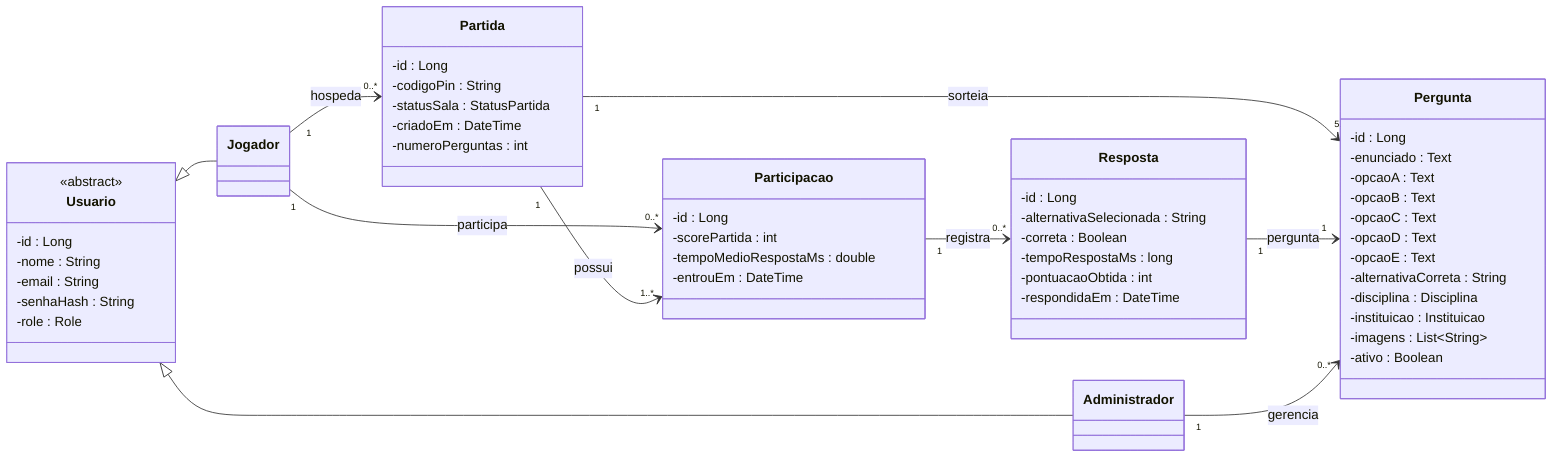
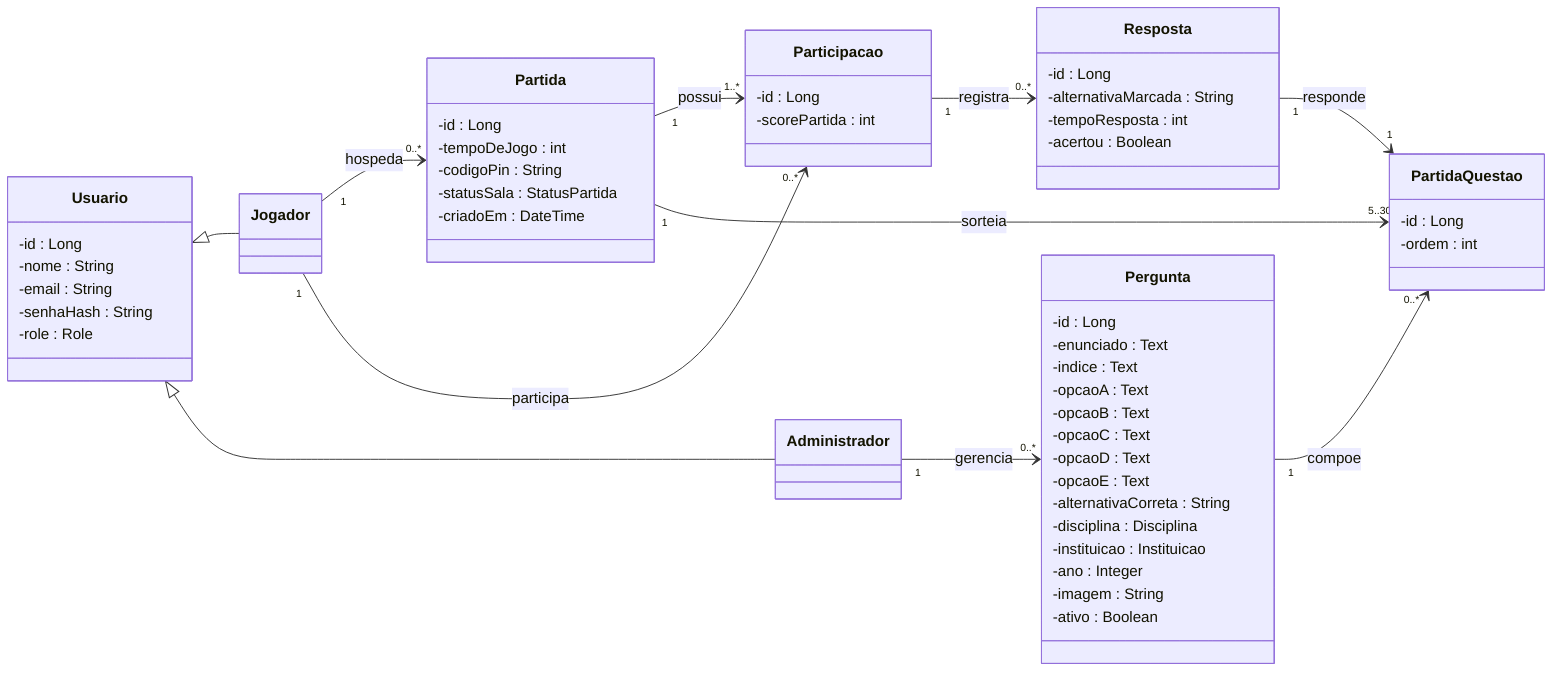
classDiagram
    direction LR

    class Usuario {
-         <<abstract>>
        -id : Long
        -nome : String
        -email : String
        -senhaHash : String
        -role : Role
    }

    class Jogador {
    }

    class Administrador {
    }

    class Pergunta {
        -id : Long
        -enunciado : Text
+         -indice : Text
        -opcaoA : Text
        -opcaoB : Text
        -opcaoC : Text
        -opcaoD : Text
        -opcaoE : Text
        -alternativaCorreta : String
        -disciplina : Disciplina
        -instituicao : Instituicao
-         -imagens : List~String~
+         -ano : Integer
+         -imagem : String
        -ativo : Boolean
    }

    class Partida {
        -id : Long
+         -tempoDeJogo : int
        -codigoPin : String
        -statusSala : StatusPartida
        -criadoEm : DateTime
-         -numeroPerguntas : int
+     }
+ 
+     class PartidaQuestao {
+         -id : Long
+         -ordem : int
    }

    class Participacao {
        -id : Long
        -scorePartida : int
-         -tempoMedioRespostaMs : double
-         -entrouEm : DateTime
    }

    class Resposta {
        -id : Long
-         -alternativaSelecionada : String
-         -correta : Boolean
-         -tempoRespostaMs : long
-         -pontuacaoObtida : int
-         -respondidaEm : DateTime
+         -alternativaMarcada : String
+         -tempoResposta : int
+         -acertou : Boolean
    }

    Usuario <|-- Jogador
    Usuario <|-- Administrador

    Jogador "1" --> "0..*" Partida : hospeda

    Jogador "1" --> "0..*" Participacao : participa
    Partida "1" --> "1..*" Participacao : possui

-     Partida "1" --> "5..30" Pergunta : sorteia
+     Partida "1" --> "5..30" PartidaQuestao : sorteia
+     Pergunta "1" --> "0..*" PartidaQuestao : compoe

    Participacao "1" --> "0..*" Resposta : registra
-     Resposta "1" --> "1" Pergunta : pergunta
+     Resposta "1" --> "1" PartidaQuestao : responde

    Administrador "1" --> "0..*" Pergunta : gerencia
